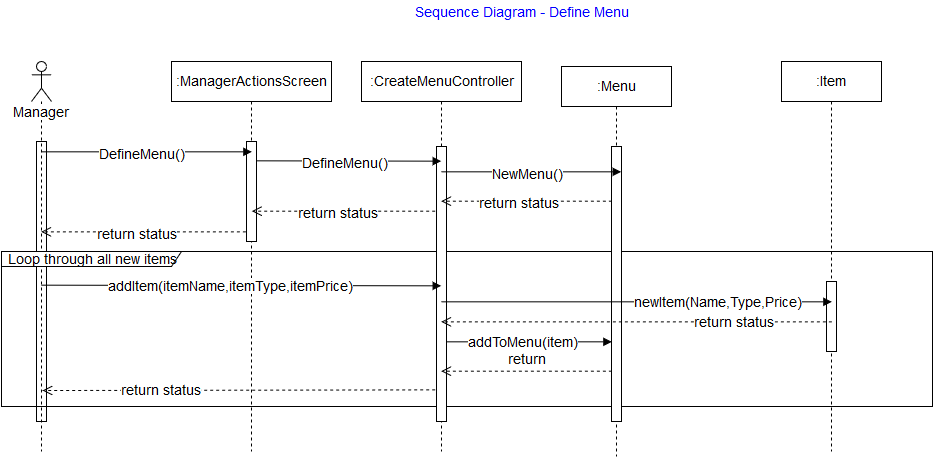
This is SeqDiagDefineMenu.png from CS414-Proj/cs414_Project, a draw.io export, as it was before one commit. Source tidied: cells renumbered, new cells last; positions are measured from the earlier drawing's top-left corner, leaving out a move shared by most shapes.
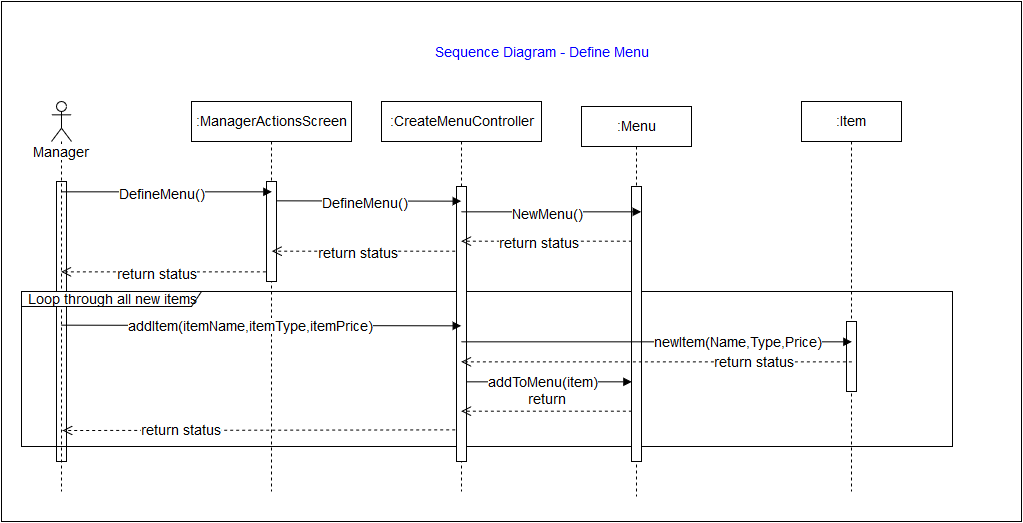
Above is the later version.

Commit message:
Updated seq diag

What changed in the source:
```diff
@@ -2,6 +2,9 @@
   <root>
     <mxCell id="0" />
     <mxCell id="1" parent="0" />
+    <mxCell id="37" style="whiteSpace=wrap;html=1;fillColor=#FFFFFF;fontSize=14;fontColor=#000000;" parent="1" vertex="1">
+      <mxGeometry x="-20" y="-40" width="1020" height="520" as="geometry" />
+    </mxCell>
     <mxCell id="2" style="html=1;perimeter=orthogonalPerimeter;fillColor=#FFFFFF;fontSize=14;fontColor=#000000;" parent="1" vertex="1">
       <mxGeometry x="35" y="140" width="10" height="280" as="geometry" />
     </mxCell>
```
